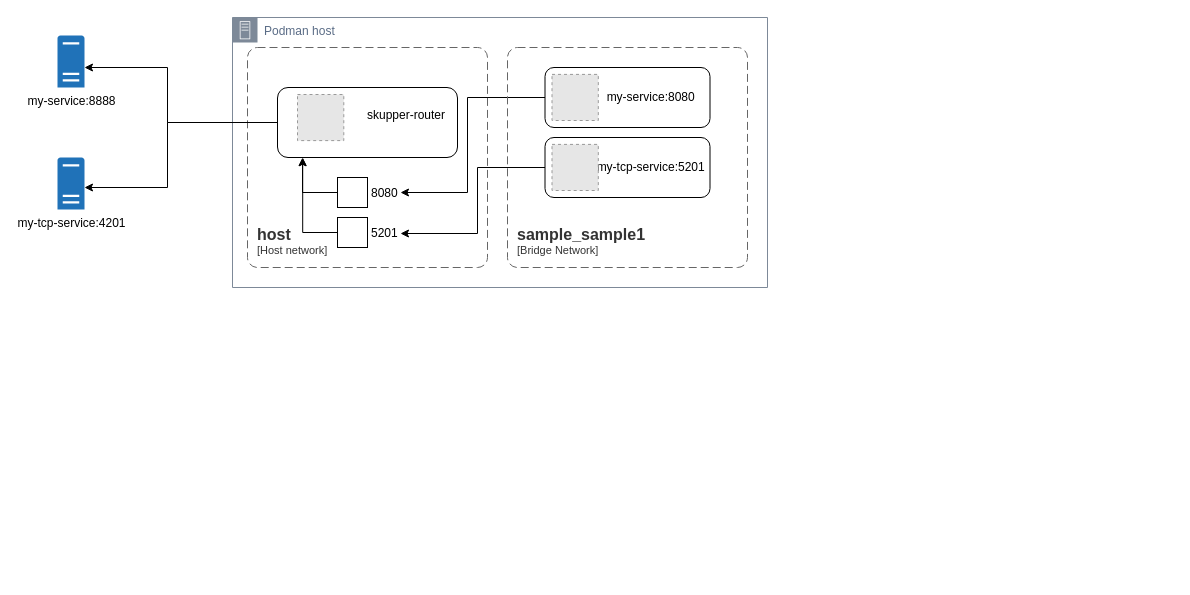
The draw.io diagram page "20240328" (1 of 2) of posts/20240322-skupper-podman-ingresses/resources/scenario.drawio in fgiorgetti/fgiorgetti.github.io, before the edit. Source tidied: cells renumbered, new cells numbered last; positions are measured from the earlier drawing's top-left corner, leaving out a move shared by most shapes. Both pictures are drawn from the tidied source at 100%, with x=0, y=0 at pixel (57, 17). Pictures stored in the file or linked from it are replaced by grey dashed boxes.
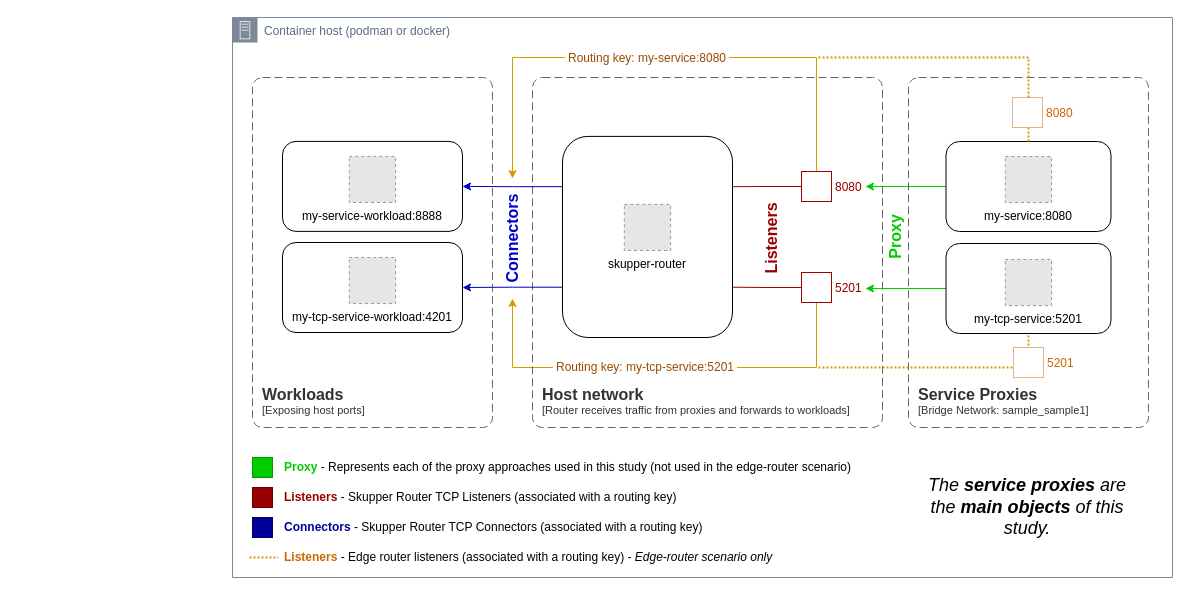
After the change.

Diff of the diagram source:
```diff
@@
-    <mxCell id="2" value="my-service:8888" style="sketch=0;shadow=0;dashed=0;html=1;strokeColor=none;labelPosition=center;verticalLabelPosition=bottom;verticalAlign=top;outlineConnect=0;align=center;shape=mxgraph.office.servers.physical_host;fillColor=#2072B8;" parent="1" vertex="1">
-      <mxGeometry y="18" width="27" height="52" as="geometry" />
-    </mxCell>
-    <mxCell id="3" value="Podman host" style="gradientColor=none;html=1;whiteSpace=wrap;fontSize=12;fontStyle=0;shape=mxgraph.aws4.group;grIcon=mxgraph.aws4.group_on_premise;strokeColor=#7D8998;fillColor=none;verticalAlign=top;align=left;spacingLeft=30;fontColor=#5A6C86;dashed=0;" parent="1" vertex="1">
-      <mxGeometry x="175" width="535" height="270" as="geometry" />
+    <mxCell id="3" value="Container host (podman or docker)" style="gradientColor=none;html=1;whiteSpace=wrap;fontSize=12;fontStyle=0;shape=mxgraph.aws4.group;grIcon=mxgraph.aws4.group_on_premise;strokeColor=#7D8998;fillColor=none;verticalAlign=top;align=left;spacingLeft=30;fontColor=#5A6C86;dashed=0;" parent="1" vertex="1">
+      <mxGeometry x="175" width="940" height="560" as="geometry" />
     </mxCell>
-    <mxCell id="4" style="edgeStyle=orthogonalEdgeStyle;rounded=0;jettySize=auto;html=1;" parent="3" edge="1" source="5">
-      <mxGeometry relative="1" as="geometry">
-        <mxPoint x="168" y="175" as="targetPoint" />
-        <Array as="points">
-          <mxPoint x="235" y="80" />
-          <mxPoint x="235" y="175" />
-        </Array>
-      </mxGeometry>
-    </mxCell>
+    <mxCell id="22" style="edgeStyle=orthogonalEdgeStyle;rounded=0;jettySize=auto;html=1;fontColor=#00CC00;strokeColor=#00CC00;" parent="1" edge="1" source="5">
+      <mxGeometry relative="1" as="geometry">
+        <mxPoint x="808" y="169" as="targetPoint" />
+      </mxGeometry>
+    </mxCell>
-    <mxCell id="5" value="my-service:8080&amp;nbsp; &amp;nbsp;&amp;nbsp;" style="rounded=1;whiteSpace=wrap;html=1;align=right;" parent="3" vertex="1">
-      <mxGeometry x="312.5" y="50" width="165" height="60" as="geometry" />
+    <mxCell id="5" style="rounded=1;whiteSpace=wrap;html=1;align=right;fontColor=#CC6600;" parent="1" vertex="1">
+      <mxGeometry x="888.5" y="124" width="165" height="90" as="geometry" />
     </mxCell>
-    <mxCell id="6" style="fillColor=#E6E6E6;strokeColor=#999999;dashed=1;verticalLabelPosition=bottom;labelBackgroundColor=default;verticalAlign=top;" parent="3" vertex="1">
-      <mxGeometry x="319.5" y="56.9" width="46.3" height="46.1" as="geometry" />
+    <mxCell id="6" value="my-service:8080" style="fillColor=#E6E6E6;strokeColor=#999999;dashed=1;verticalLabelPosition=bottom;labelBackgroundColor=default;verticalAlign=top;" parent="1" vertex="1">
+      <mxGeometry x="947.8" y="139" width="46.3" height="46.1" as="geometry" />
     </mxCell>
-    <object id="7" label="&lt;font style=&quot;font-size: 16px&quot;&gt;&lt;b&gt;&lt;div style=&quot;text-align: left&quot;&gt;%c4Name%&lt;/div&gt;&lt;/b&gt;&lt;/font&gt;&lt;div style=&quot;text-align: left&quot;&gt;[%c4Application%]&lt;/div&gt;" c4Application="Bridge Network" c4Name="sample_sample1" placeholders="1">
-      <mxCell style="rounded=1;fontSize=11;whiteSpace=wrap;html=1;dashed=1;arcSize=20;fillColor=none;strokeColor=#666666;fontColor=#333333;labelBackgroundColor=none;align=left;verticalAlign=bottom;labelBorderColor=none;spacingTop=0;spacing=10;dashPattern=8 4;perimeter=rectanglePerimeter;noLabel=0;labelPadding=0;absoluteArcSize=1;" parent="3" vertex="1">
-        <mxGeometry x="275" y="30" width="240" height="220" as="geometry" />
+    <object id="7" label="&lt;font style=&quot;font-size: 16px&quot;&gt;&lt;b&gt;&lt;div style=&quot;text-align: left&quot;&gt;%c4Name%&lt;/div&gt;&lt;/b&gt;&lt;/font&gt;&lt;div style=&quot;text-align: left&quot;&gt;[%c4Application%]&lt;/div&gt;" c4Application="Bridge Network: sample_sample1" c4Name="Service Proxies" placeholders="1">
+      <mxCell style="rounded=1;fontSize=11;whiteSpace=wrap;html=1;dashed=1;arcSize=20;fillColor=none;strokeColor=#666666;fontColor=#333333;labelBackgroundColor=none;align=left;verticalAlign=bottom;labelBorderColor=none;spacingTop=0;spacing=10;dashPattern=8 4;perimeter=rectanglePerimeter;noLabel=0;labelPadding=0;absoluteArcSize=1;" parent="1" vertex="1">
+        <mxGeometry x="851" y="60" width="240" height="350" as="geometry" />
       </mxCell>
     </object>
-    <mxCell id="8" style="edgeStyle=orthogonalEdgeStyle;rounded=0;jettySize=auto;html=1;" parent="3" edge="1" source="9">
-      <mxGeometry relative="1" as="geometry">
-        <mxPoint x="168" y="216" as="targetPoint" />
-        <Array as="points">
-          <mxPoint x="245" y="150" />
-          <mxPoint x="245" y="216" />
-        </Array>
-      </mxGeometry>
-    </mxCell>
+    <mxCell id="23" style="edgeStyle=orthogonalEdgeStyle;rounded=0;jettySize=auto;html=1;entryX=1;entryY=0.25;entryDx=0;entryDy=0;endArrow=none;endFill=0;fontColor=#990000;strokeColor=#990000;" parent="1" edge="1" source="15" target="31">
+      <mxGeometry relative="1" as="geometry" />
+    </mxCell>
+    <mxCell id="24" style="edgeStyle=orthogonalEdgeStyle;rounded=0;jettySize=auto;html=1;entryX=1;entryY=0.5;entryDx=0;entryDy=0;fillColor=#ffe6cc;strokeColor=#d79b00;" parent="1" edge="1" source="15" target="39">
+      <mxGeometry relative="1" as="geometry">
+        <Array as="points">
+          <mxPoint x="759" y="40" />
+          <mxPoint x="455" y="40" />
+        </Array>
+      </mxGeometry>
+    </mxCell>
+    <mxCell id="15" value="8080" style="fontStyle=0;labelPosition=right;verticalLabelPosition=middle;align=left;verticalAlign=middle;spacingLeft=2;fontColor=#990000;strokeColor=#990000;" parent="1" vertex="1">
+      <mxGeometry x="744" y="154" width="30" height="30" as="geometry" />
+    </mxCell>
+    <mxCell id="25" style="edgeStyle=orthogonalEdgeStyle;rounded=0;jettySize=auto;html=1;entryX=1;entryY=0.75;entryDx=0;entryDy=0;endArrow=none;endFill=0;fontColor=#990000;strokeColor=#990000;" parent="1" edge="1" source="16" target="31">
+      <mxGeometry relative="1" as="geometry" />
+    </mxCell>
+    <mxCell id="26" style="edgeStyle=orthogonalEdgeStyle;rounded=0;jettySize=auto;html=1;exitX=0.5;exitY=1;exitDx=0;exitDy=0;entryX=0;entryY=0.5;entryDx=0;entryDy=0;fontColor=#994C00;fillColor=#ffe6cc;strokeColor=#d79b00;" parent="1" edge="1" source="16" target="39">
+      <mxGeometry relative="1" as="geometry">
+        <Array as="points">
+          <mxPoint x="759" y="350" />
+          <mxPoint x="455" y="350" />
+        </Array>
+      </mxGeometry>
+    </mxCell>
+    <mxCell id="16" value="5201" style="fontStyle=0;labelPosition=right;verticalLabelPosition=middle;align=left;verticalAlign=middle;spacingLeft=2;fontColor=#990000;strokeColor=#990000;" parent="1" vertex="1">
+      <mxGeometry x="744" y="255" width="30" height="30" as="geometry" />
+    </mxCell>
+    <object id="27" label="&lt;font style=&quot;font-size: 16px&quot;&gt;&lt;b&gt;&lt;div style=&quot;text-align: left&quot;&gt;%c4Name%&lt;/div&gt;&lt;/b&gt;&lt;/font&gt;&lt;div style=&quot;text-align: left&quot;&gt;[%c4Application%]&lt;/div&gt;" c4Application="Router receives traffic from proxies and forwards to workloads" c4Name="Host network" placeholders="1">
+      <mxCell style="rounded=1;fontSize=11;whiteSpace=wrap;html=1;dashed=1;arcSize=20;fillColor=none;strokeColor=#666666;fontColor=#333333;labelBackgroundColor=none;align=left;verticalAlign=bottom;labelBorderColor=none;spacingTop=0;spacing=10;dashPattern=8 4;perimeter=rectanglePerimeter;noLabel=0;labelPadding=0;absoluteArcSize=1;" parent="1" vertex="1">
+        <mxGeometry x="475" y="60" width="350" height="350" as="geometry" />
+      </mxCell>
+    </object>
+    <object id="28" label="&lt;font style=&quot;font-size: 16px&quot;&gt;&lt;b&gt;&lt;div style=&quot;text-align: left&quot;&gt;%c4Name%&lt;/div&gt;&lt;/b&gt;&lt;/font&gt;&lt;div style=&quot;text-align: left&quot;&gt;[%c4Application%]&lt;/div&gt;" c4Application="Exposing host ports" c4Name="&#10;Workloads" placeholders="1">
+      <mxCell style="rounded=1;fontSize=11;whiteSpace=wrap;html=1;dashed=1;arcSize=20;fillColor=none;strokeColor=#666666;fontColor=#333333;labelBackgroundColor=none;align=left;verticalAlign=bottom;labelBorderColor=none;spacingTop=0;spacing=10;dashPattern=8 4;perimeter=rectanglePerimeter;noLabel=0;labelPadding=0;absoluteArcSize=1;" parent="1" vertex="1">
+        <mxGeometry x="195" y="60" width="240" height="350" as="geometry" />
+      </mxCell>
+    </object>
+    <mxCell id="29" style="edgeStyle=orthogonalEdgeStyle;rounded=0;jettySize=auto;html=1;exitX=0;exitY=0.25;exitDx=0;exitDy=0;entryX=1;entryY=0.5;entryDx=0;entryDy=0;fontColor=#0000CC;strokeColor=#0000CC;" parent="1" edge="1" source="31" target="34">
+      <mxGeometry relative="1" as="geometry" />
+    </mxCell>
+    <mxCell id="30" style="edgeStyle=orthogonalEdgeStyle;rounded=0;jettySize=auto;html=1;exitX=0;exitY=0.75;exitDx=0;exitDy=0;entryX=1;entryY=0.5;entryDx=0;entryDy=0;fontColor=#0000CC;strokeColor=#0000CC;" parent="1" edge="1" source="31" target="36">
+      <mxGeometry relative="1" as="geometry" />
+    </mxCell>
+    <mxCell id="31" style="rounded=1;whiteSpace=wrap;html=1;" parent="1" vertex="1">
+      <mxGeometry x="505" y="118.9" width="170" height="201.1" as="geometry" />
+    </mxCell>
+    <mxCell id="14" value="skupper-router" style="fillColor=#E6E6E6;strokeColor=#999999;dashed=1;verticalLabelPosition=bottom;labelBackgroundColor=default;verticalAlign=top;" parent="1" vertex="1">
+      <mxGeometry x="566.8" y="186.9" width="46.3" height="46.1" as="geometry" />
+    </mxCell>
+    <mxCell id="32" style="edgeStyle=orthogonalEdgeStyle;rounded=0;jettySize=auto;html=1;fontColor=#00CC00;strokeColor=#00CC00;" parent="1" edge="1" source="33">
+      <mxGeometry relative="1" as="geometry">
+        <mxPoint x="808" y="271" as="targetPoint" />
+      </mxGeometry>
+    </mxCell>
+    <mxCell id="33" style="rounded=1;whiteSpace=wrap;html=1;align=right;" parent="1" vertex="1">
+      <mxGeometry x="888.5" y="226" width="165" height="90" as="geometry" />
+    </mxCell>
-    <mxCell id="9" value="my-tcp-service:5201&amp;nbsp;" style="rounded=1;whiteSpace=wrap;html=1;align=right;" parent="3" vertex="1">
-      <mxGeometry x="312.5" y="120" width="165" height="60" as="geometry" />
+    <mxCell id="9" value="my-tcp-service:5201" style="fillColor=#E6E6E6;strokeColor=#999999;dashed=1;verticalLabelPosition=bottom;labelBackgroundColor=default;verticalAlign=top;" parent="1" vertex="1">
+      <mxGeometry x="947.8" y="242" width="46.3" height="46.1" as="geometry" />
     </mxCell>
-    <mxCell id="10" style="fillColor=#E6E6E6;strokeColor=#999999;dashed=1;verticalLabelPosition=bottom;labelBackgroundColor=default;verticalAlign=top;" parent="3" vertex="1">
-      <mxGeometry x="319.5" y="126.9" width="46.3" height="46.1" as="geometry" />
-    </mxCell>
-    <object id="11" label="&lt;font style=&quot;font-size: 16px&quot;&gt;&lt;b&gt;&lt;div style=&quot;text-align: left&quot;&gt;%c4Name%&lt;/div&gt;&lt;/b&gt;&lt;/font&gt;&lt;div style=&quot;text-align: left&quot;&gt;[%c4Application%]&lt;/div&gt;" c4Application="Host network" c4Name="host" placeholders="1">
-      <mxCell style="rounded=1;fontSize=11;whiteSpace=wrap;html=1;dashed=1;arcSize=20;fillColor=none;strokeColor=#666666;fontColor=#333333;labelBackgroundColor=none;align=left;verticalAlign=bottom;labelBorderColor=none;spacingTop=0;spacing=10;dashPattern=8 4;perimeter=rectanglePerimeter;noLabel=0;labelPadding=0;absoluteArcSize=1;" parent="3" vertex="1">
-        <mxGeometry x="15" y="30" width="240" height="220" as="geometry" />
-      </mxCell>
-    </object>
-    <mxCell id="12" style="group;" parent="3" vertex="1">
-      <mxGeometry x="45" y="70" width="180" height="70" as="geometry" />
-    </mxCell>
-    <mxCell id="13" value="&lt;blockquote style=&quot;margin: 0 0 0 40px; border: none; padding: 0px;&quot;&gt;skupper-router&amp;nbsp; &amp;nbsp;&lt;br&gt;&lt;br&gt;&lt;/blockquote&gt;" style="rounded=1;whiteSpace=wrap;html=1;align=right;" parent="12" vertex="1">
-      <mxGeometry width="180" height="70" as="geometry" />
-    </mxCell>
-    <mxCell id="14" style="fillColor=#E6E6E6;strokeColor=#999999;dashed=1;verticalLabelPosition=bottom;labelBackgroundColor=default;verticalAlign=top;" parent="12" vertex="1">
-      <mxGeometry x="20" y="7" width="46.3" height="46.1" as="geometry" />
-    </mxCell>
-    <mxCell id="15" value="8080" style="fontStyle=0;labelPosition=right;verticalLabelPosition=middle;align=left;verticalAlign=middle;spacingLeft=2;" parent="3" vertex="1">
-      <mxGeometry x="105" y="160" width="30" height="30" as="geometry" />
-    </mxCell>
-    <mxCell id="16" value="5201" style="fontStyle=0;labelPosition=right;verticalLabelPosition=middle;align=left;verticalAlign=middle;spacingLeft=2;" parent="3" vertex="1">
-      <mxGeometry x="105" y="200" width="30" height="30" as="geometry" />
-    </mxCell>
-    <mxCell id="17" style="edgeStyle=orthogonalEdgeStyle;rounded=0;jettySize=auto;html=1;entryX=0.14;entryY=1.001;entryDx=0;entryDy=0;entryPerimeter=0;" parent="3" edge="1" source="16" target="13">
-      <mxGeometry relative="1" as="geometry">
-        <Array as="points">
-          <mxPoint x="70" y="215" />
-          <mxPoint x="70" y="140" />
-        </Array>
-      </mxGeometry>
-    </mxCell>
-    <mxCell id="18" style="edgeStyle=orthogonalEdgeStyle;rounded=0;jettySize=auto;html=1;entryX=0.139;entryY=1.004;entryDx=0;entryDy=0;entryPerimeter=0;" parent="3" edge="1" source="15" target="13">
-      <mxGeometry relative="1" as="geometry">
-        <Array as="points">
-          <mxPoint x="70" y="175" />
-        </Array>
-      </mxGeometry>
-    </mxCell>
-    <mxCell id="19" value="my-tcp-service:4201" style="sketch=0;shadow=0;dashed=0;html=1;strokeColor=none;labelPosition=center;verticalLabelPosition=bottom;verticalAlign=top;outlineConnect=0;align=center;shape=mxgraph.office.servers.physical_host;fillColor=#2072B8;" parent="1" vertex="1">
-      <mxGeometry y="140" width="27" height="52" as="geometry" />
-    </mxCell>
-    <mxCell id="20" style="edgeStyle=orthogonalEdgeStyle;rounded=0;jettySize=auto;html=1;" parent="1" edge="1" source="13" target="2">
-      <mxGeometry relative="1" as="geometry">
-        <Array as="points">
-          <mxPoint x="110" y="105" />
-          <mxPoint x="110" y="50" />
-        </Array>
-      </mxGeometry>
-    </mxCell>
-    <mxCell id="21" style="edgeStyle=orthogonalEdgeStyle;rounded=0;jettySize=auto;html=1;" parent="1" edge="1" source="13" target="19">
-      <mxGeometry relative="1" as="geometry">
-        <Array as="points">
-          <mxPoint x="110" y="105" />
-          <mxPoint x="110" y="170" />
-        </Array>
-      </mxGeometry>
-    </mxCell>
+    <mxCell id="34" style="rounded=1;whiteSpace=wrap;html=1;align=right;" parent="1" vertex="1">
+      <mxGeometry x="225" y="123.9" width="180" height="90" as="geometry" />
+    </mxCell>
+    <mxCell id="35" value="my-service-workload:8888" style="fillColor=#E6E6E6;strokeColor=#999999;dashed=1;verticalLabelPosition=bottom;labelBackgroundColor=default;verticalAlign=top;" parent="1" vertex="1">
+      <mxGeometry x="291.8" y="138.9" width="46.3" height="46.1" as="geometry" />
+    </mxCell>
+    <mxCell id="36" style="rounded=1;whiteSpace=wrap;html=1;align=right;" parent="1" vertex="1">
+      <mxGeometry x="225" y="225" width="180" height="90" as="geometry" />
+    </mxCell>
+    <mxCell id="37" value="my-tcp-service-workload:4201" style="fillColor=#E6E6E6;strokeColor=#999999;dashed=1;verticalLabelPosition=bottom;labelBackgroundColor=default;verticalAlign=top;" parent="1" vertex="1">
+      <mxGeometry x="291.8" y="240" width="46.3" height="46.1" as="geometry" />
+    </mxCell>
+    <mxCell id="38" value="Proxy" style="text;html=1;align=center;verticalAlign=middle;whiteSpace=wrap;rounded=0;fontStyle=1;rotation=-90;fontSize=16;fontColor=#00CC00;" parent="1" vertex="1">
+      <mxGeometry x="808" y="204.4" width="60" height="30" as="geometry" />
+    </mxCell>
+    <mxCell id="39" value="Connectors" style="text;html=1;align=center;verticalAlign=middle;whiteSpace=wrap;rounded=0;fontStyle=1;rotation=-90;fontSize=16;fontColor=#0000CC;" parent="1" vertex="1">
+      <mxGeometry x="395" y="206" width="120" height="30" as="geometry" />
+    </mxCell>
+    <mxCell id="40" value="Listeners" style="text;html=1;align=center;verticalAlign=middle;whiteSpace=wrap;rounded=0;fontStyle=1;rotation=-90;fontSize=16;fontColor=#990000;" parent="1" vertex="1">
+      <mxGeometry x="654" y="206" width="120" height="30" as="geometry" />
+    </mxCell>
+    <mxCell id="41" value="&amp;nbsp;Routing key: my-service:8080&amp;nbsp;" style="text;html=1;align=center;verticalAlign=middle;whiteSpace=wrap;rounded=0;labelBackgroundColor=default;fontColor=#994C00;" parent="1" vertex="1">
+      <mxGeometry x="480" y="26" width="220" height="30" as="geometry" />
+    </mxCell>
+    <mxCell id="42" value="&amp;nbsp;Routing key: my-tcp-service:5201&amp;nbsp;" style="text;html=1;align=center;verticalAlign=middle;whiteSpace=wrap;rounded=0;labelBackgroundColor=default;fontColor=#994C00;" parent="1" vertex="1">
+      <mxGeometry x="478" y="335" width="220" height="30" as="geometry" />
+    </mxCell>
+    <mxCell id="43" style="whiteSpace=wrap;html=1;strokeColor=#009900;fillColor=#00CC00;" parent="1" vertex="1">
+      <mxGeometry x="195" y="440" width="20" height="20" as="geometry" />
+    </mxCell>
+    <mxCell id="44" value="&lt;font color=&quot;#00cc00&quot;&gt;&lt;b&gt;Proxy&lt;/b&gt;&lt;/font&gt; - Represents each of the proxy approaches used in this study (not used in the edge-router scenario)" style="text;html=1;align=left;verticalAlign=middle;whiteSpace=wrap;rounded=0;" parent="1" vertex="1">
+      <mxGeometry x="225" y="435" width="600" height="30" as="geometry" />
+    </mxCell>
+    <mxCell id="45" style="whiteSpace=wrap;html=1;strokeColor=#660000;fillColor=#990000;" parent="1" vertex="1">
+      <mxGeometry x="195" y="470" width="20" height="20" as="geometry" />
+    </mxCell>
+    <mxCell id="46" value="&lt;b style=&quot;&quot;&gt;&lt;font color=&quot;#990000&quot;&gt;Listeners&lt;/font&gt;&lt;font color=&quot;#00cc00&quot;&gt;&amp;nbsp;&lt;/font&gt;&lt;/b&gt;- Skupper Router TCP Listeners (associated with a routing key)" style="text;html=1;align=left;verticalAlign=middle;whiteSpace=wrap;rounded=0;" parent="1" vertex="1">
+      <mxGeometry x="225" y="465" width="420" height="30" as="geometry" />
+    </mxCell>
+    <mxCell id="47" style="whiteSpace=wrap;html=1;strokeColor=#000066;fillColor=#000099;" parent="1" vertex="1">
+      <mxGeometry x="195" y="500" width="20" height="20" as="geometry" />
+    </mxCell>
+    <mxCell id="48" value="&lt;b style=&quot;&quot;&gt;&lt;font color=&quot;#000099&quot;&gt;Connectors&lt;/font&gt;&lt;font color=&quot;#00cc00&quot;&gt;&amp;nbsp;&lt;/font&gt;&lt;/b&gt;- Skupper Router TCP Connectors (associated with a routing key)" style="text;html=1;align=left;verticalAlign=middle;whiteSpace=wrap;rounded=0;" parent="1" vertex="1">
+      <mxGeometry x="225" y="495" width="460" height="30" as="geometry" />
+    </mxCell>
+    <mxCell id="49" style="endArrow=none;dashed=1;html=1;dashPattern=1 1;strokeWidth=2;rounded=0;fillColor=#ffe6cc;strokeColor=#d79b00;" parent="1" edge="1">
+      <mxGeometry relative="1" as="geometry">
+        <mxPoint x="192" y="540" as="sourcePoint" />
+        <mxPoint x="221" y="540" as="targetPoint" />
+      </mxGeometry>
+    </mxCell>
+    <mxCell id="50" value="&lt;b style=&quot;&quot;&gt;&lt;font color=&quot;#cc6600&quot;&gt;Listeners&lt;/font&gt;&lt;font color=&quot;#00cc00&quot;&gt;&amp;nbsp;&lt;/font&gt;&lt;/b&gt;- Edge router listeners (associated with a routing key) - &lt;i&gt;Edge-router scenario only&lt;/i&gt;" style="text;html=1;align=left;verticalAlign=middle;whiteSpace=wrap;rounded=0;" parent="1" vertex="1">
+      <mxGeometry x="225" y="525" width="810" height="30" as="geometry" />
+    </mxCell>
+    <mxCell id="51" value="The &lt;b&gt;service proxies&lt;/b&gt; are the &lt;b&gt;main objects&lt;/b&gt; of this study." style="text;html=1;align=center;verticalAlign=middle;whiteSpace=wrap;rounded=0;fontSize=18;fontStyle=2;" parent="1" vertex="1">
+      <mxGeometry x="855" y="440" width="230" height="100" as="geometry" />
+    </mxCell>
+    <mxCell id="52" style="endArrow=none;dashed=1;html=1;strokeWidth=2;rounded=0;exitX=0.5;exitY=0;exitDx=0;exitDy=0;dashPattern=1 1;fillColor=#ffe6cc;strokeColor=#d79b00;" parent="1" edge="1" source="5">
+      <mxGeometry relative="1" as="geometry">
+        <mxPoint x="760" y="40" as="targetPoint" />
+        <Array as="points">
+          <mxPoint x="971" y="40" />
+        </Array>
+      </mxGeometry>
+    </mxCell>
+    <mxCell id="53" value="8080" style="fontStyle=0;labelPosition=right;verticalLabelPosition=middle;align=left;verticalAlign=middle;spacingLeft=2;dashed=1;dashPattern=1 1;strokeColor=#CC6600;fontColor=#CC6600;" parent="1" vertex="1">
+      <mxGeometry x="955" y="80" width="30" height="30" as="geometry" />
+    </mxCell>
+    <mxCell id="54" style="endArrow=none;dashed=1;html=1;dashPattern=1 1;strokeWidth=2;rounded=0;entryX=0.5;entryY=1;entryDx=0;entryDy=0;fillColor=#ffe6cc;strokeColor=#d79b00;" parent="1" edge="1" target="33">
+      <mxGeometry relative="1" as="geometry">
+        <mxPoint x="761" y="350" as="sourcePoint" />
+        <Array as="points">
+          <mxPoint x="971" y="350" />
+        </Array>
+      </mxGeometry>
+    </mxCell>
+    <mxCell id="55" value="5201" style="fontStyle=0;labelPosition=right;verticalLabelPosition=middle;align=left;verticalAlign=middle;spacingLeft=2;dashed=1;dashPattern=1 1;strokeColor=#CC6600;fontColor=#CC6600;" parent="1" vertex="1">
+      <mxGeometry x="956" y="330" width="30" height="30" as="geometry" />
+    </mxCell>
```
